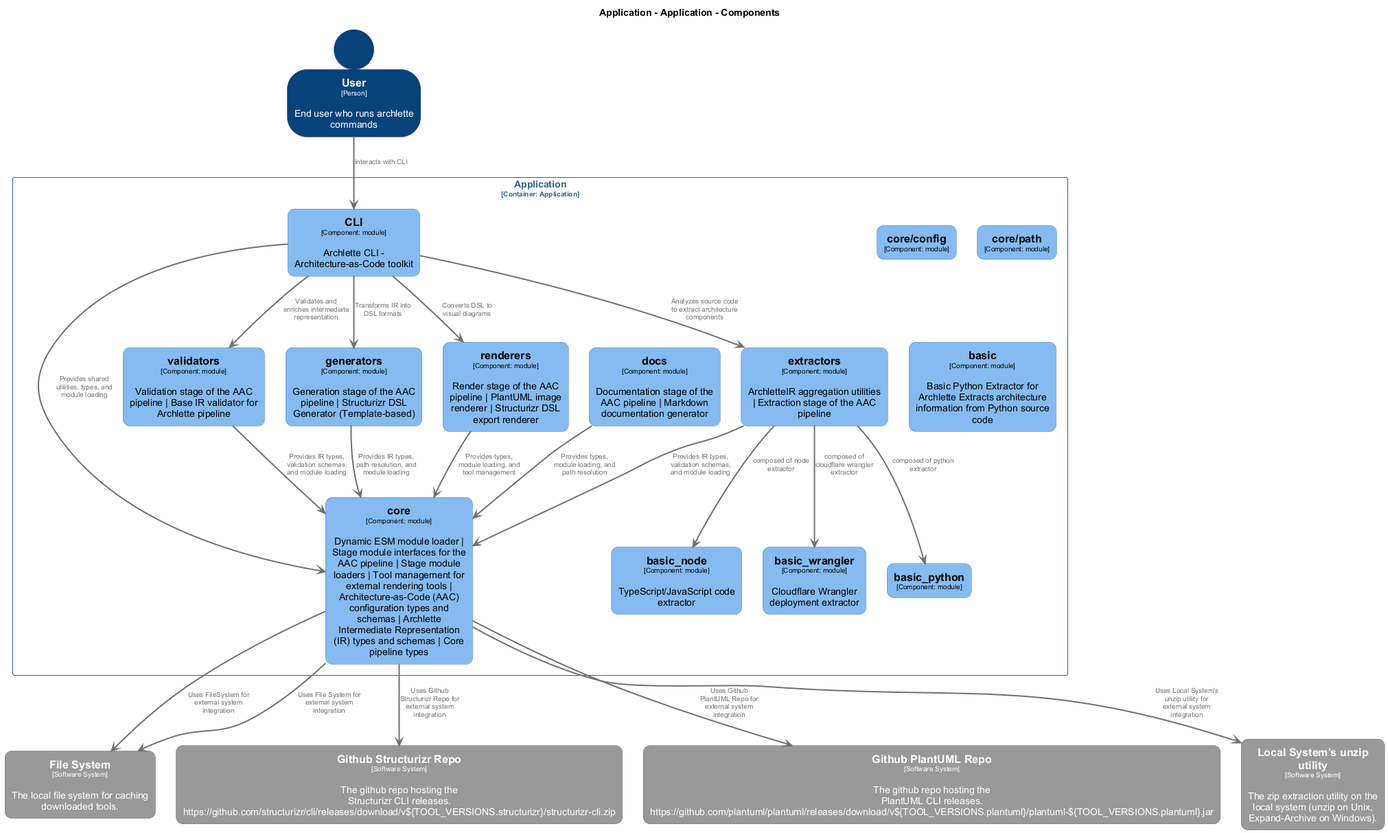
Before: docs/architecture/diagrams/structurizr-Components_Application.png, a diagram exported from PlantUML (chrislyons-dev/archlette).
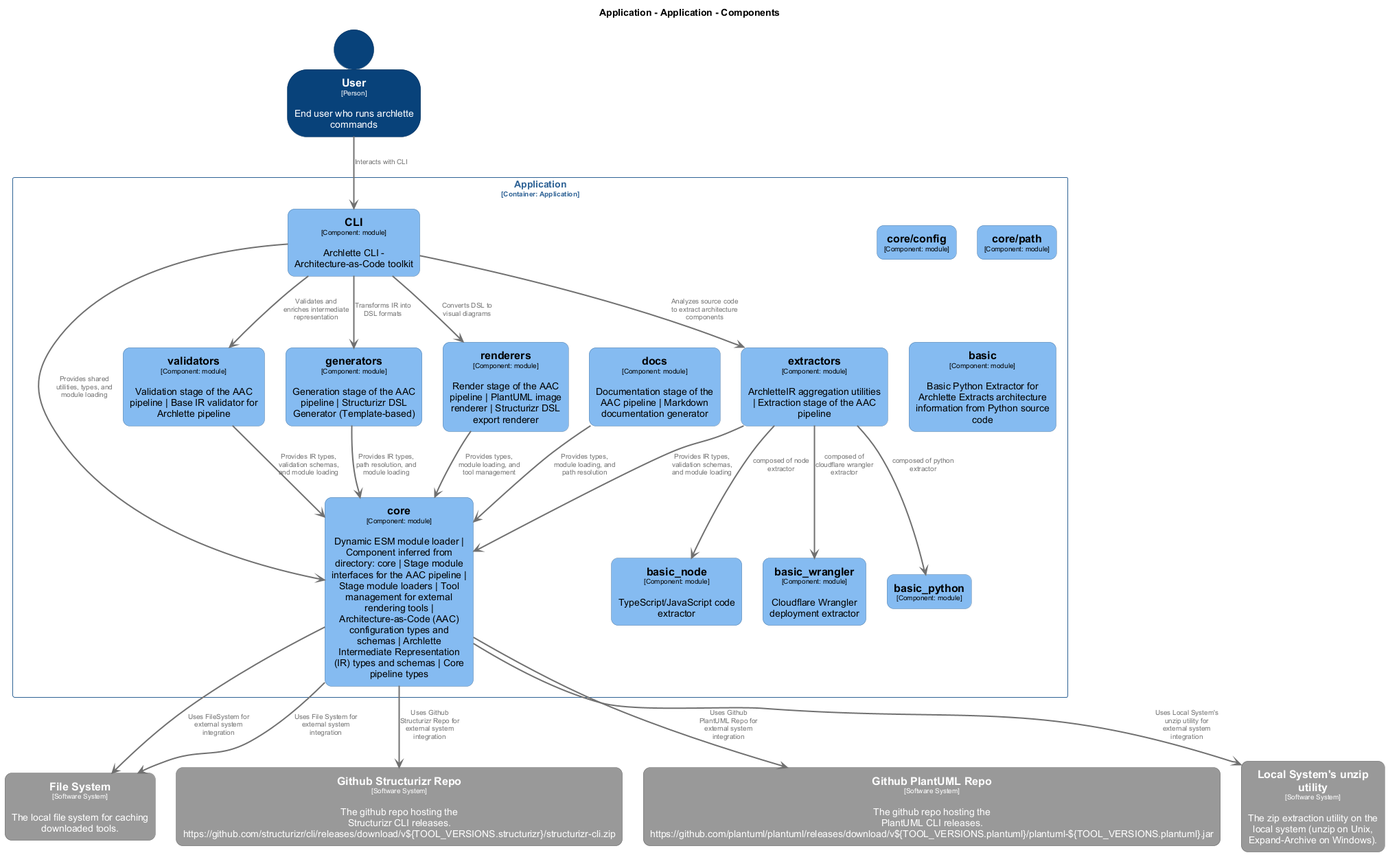
The same diagram one commit later.

The edit, as a diff of the source:
```diff
@@ -168,7 +168,7 @@
   rectangle "==renderers\n<size:10>[Component: module]</size>\n\nRender stage of the AAC pipeline | PlantUML image renderer | Structurizr DSL export renderer" <<Application.Application.renderers>> as Application.Application.renderers
   rectangle "==docs\n<size:10>[Component: module]</size>\n\nDocumentation stage of the AAC pipeline | Markdown documentation generator" <<Application.Application.docs>> as Application.Application.docs
   rectangle "==core/config\n<size:10>[Component: module]</size>" <<Application.Application.coreconfig>> as Application.Application.coreconfig
-  rectangle "==core\n<size:10>[Component: module]</size>\n\nDynamic ESM module loader | Stage module interfaces for the AAC pipeline | Stage module loaders | Tool management for external rendering tools | Architecture-as-Code (AAC) configuration types and schemas | Archlette Intermediate Representation (IR) types and schemas | Core pipeline types" <<Application.Application.core>> as Application.Application.core
+  rectangle "==core\n<size:10>[Component: module]</size>\n\nDynamic ESM module loader | Component inferred from directory: core | Stage module interfaces for the AAC pipeline | Stage module loaders | Tool management for external rendering tools | Architecture-as-Code (AAC) configuration types and schemas | Archlette Intermediate Representation (IR) types and schemas | Core pipeline types" <<Application.Application.core>> as Application.Application.core
   rectangle "==core/path\n<size:10>[Component: module]</size>" <<Application.Application.corepath>> as Application.Application.corepath
   rectangle "==basic_node\n<size:10>[Component: module]</size>\n\nTypeScript/JavaScript code extractor" <<Application.Application.basic_node>> as Application.Application.basic_node
   rectangle "==basic\n<size:10>[Component: module]</size>\n\nBasic Python Extractor for Archlette Extracts architecture information from Python source code" <<Application.Application.basic>> as Application.Application.basic
```
